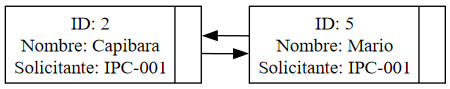
Earlier version of the Graphviz export Reportes/Lista_Circular_ART-223.png (MelvinGGS/IPC2_ProyectoVD2024_202300712). Its source is kept beside it as reportesdot/Lista_Circular_ART-223.dot.
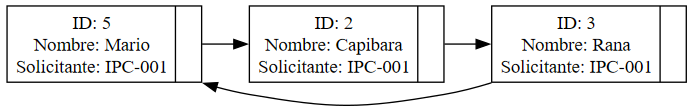
The same file after the commit.

Change to the diagram source:
```diff
@@ -1,8 +1,10 @@
 digraph G {
     rankdir=LR;
     node[shape=record, height=.1]
-    nodo0[label="{ID: 2\nNombre: Capibara\nSolicitante: IPC-001|<f1>}"];
-    nodo1[label="{ID: 5\nNombre: Mario\nSolicitante: IPC-001|<f1>}"];
+    nodo0[label="{ID: 5\nNombre: Mario\nSolicitante: IPC-001|<f1>}"];
+    nodo1[label="{ID: 2\nNombre: Capibara\nSolicitante: IPC-001|<f1>}"];
+    nodo2[label="{ID: 3\nNombre: Rana\nSolicitante: IPC-001|<f1>}"];
     nodo0 -> nodo1;
-    nodo1 -> nodo0[constraint=false];
+    nodo1 -> nodo2;
+    nodo2 -> nodo0[constraint=false];
 }
```
